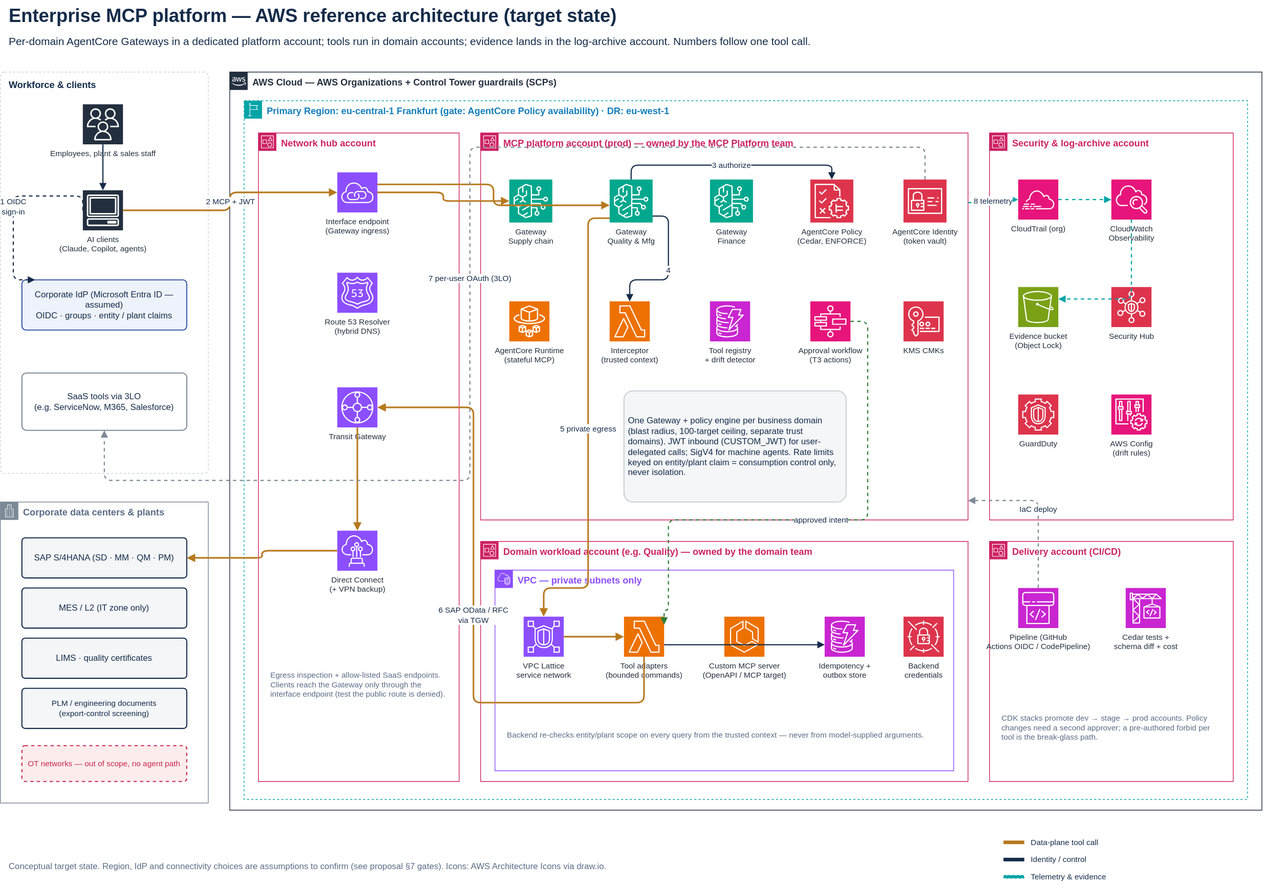
This is docs/diagrams/01-aws-reference-architecture.svg from KBoudich/agentcore-mcp-governance, a draw.io export, as it was before one commit. Source tidied: cells renumbered, new cells last; positions are measured from the earlier drawing's top-left corner, leaving out a move shared by most shapes.
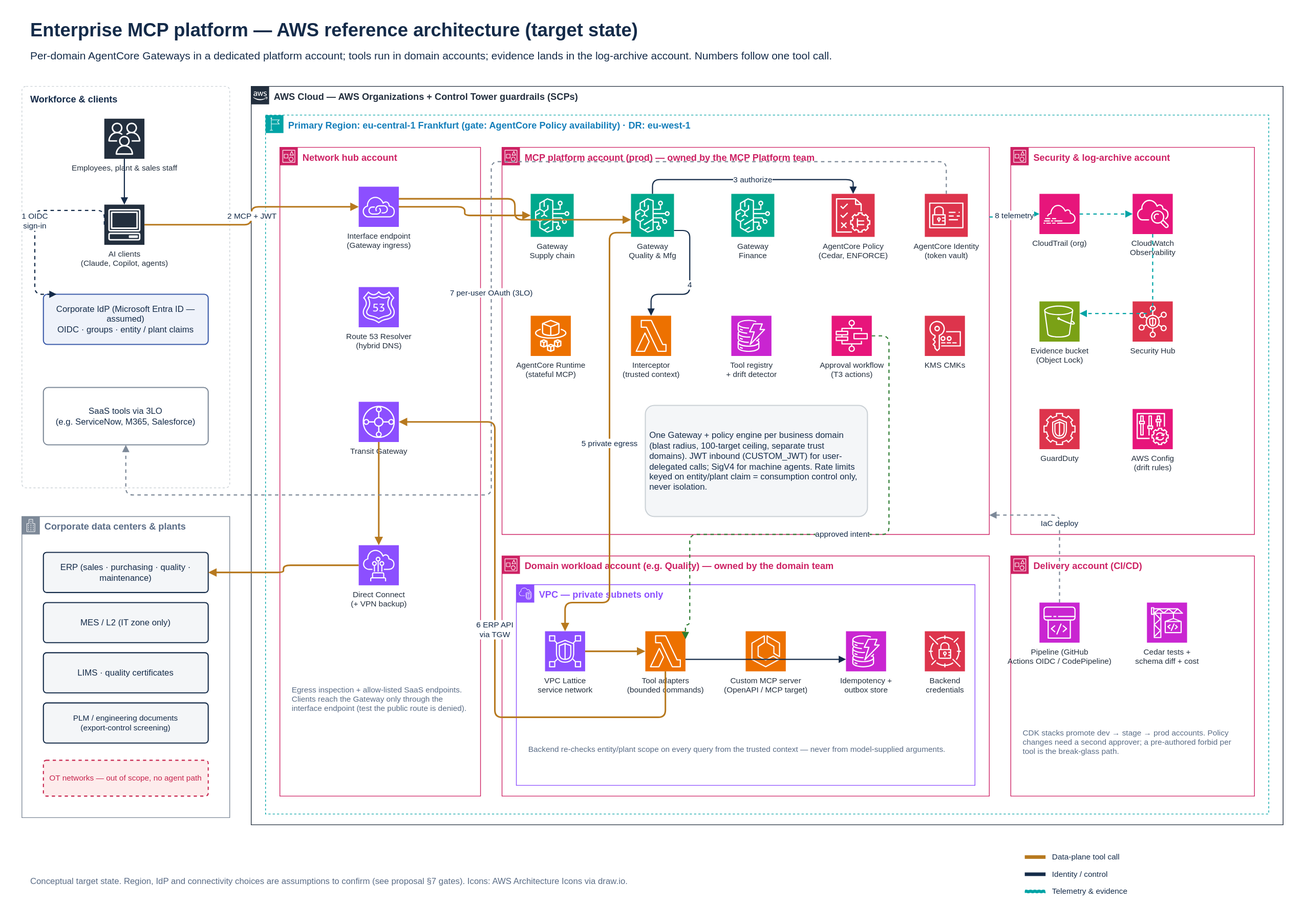
Later version of the same file.

Change to the diagram source:
```diff
@@ -2,6 +2,9 @@
   <root>
     <mxCell id="0" />
     <mxCell id="1" parent="0" />
+    <mxCell id="81" style="rounded=0;html=1;fillColor=#FFFFFF;strokeColor=none;" parent="1" vertex="1">
+      <mxGeometry x="-30" y="-20" width="1820" height="1260" as="geometry" />
+    </mxCell>
     <mxCell id="2" value="Enterprise MCP platform — AWS reference architecture (target state)" style="text;html=1;whiteSpace=wrap;strokeColor=none;fillColor=none;align=left;verticalAlign=middle;fontFamily=Helvetica;fontSize=26;fontColor=#142B49;fontStyle=1;" parent="1" vertex="1">
       <mxGeometry x="10" width="1740" height="44" as="geometry" />
     </mxCell>
@@ -29,7 +32,7 @@
     <mxCell id="10" value="Corporate data centers &amp; plants" style="gradientColor=none;html=1;whiteSpace=wrap;fontSize=13;fontStyle=1;shape=mxgraph.aws4.group;fillColor=none;verticalAlign=top;align=left;spacingLeft=30;fontFamily=Helvetica;grIcon=mxgraph.aws4.group_corporate_data_center;strokeColor=#7D8998;fontColor=#5A6C86;dashed=0;" parent="1" vertex="1">
       <mxGeometry y="700" width="290" height="420" as="geometry" />
     </mxCell>
-    <mxCell id="11" value="SAP S/4HANA (SD · MM · QM · PM)" style="rounded=1;arcSize=8;whiteSpace=wrap;html=1;fillColor=#F4F6F8;strokeColor=#142B49;strokeWidth=1.5;fontFamily=Helvetica;fontSize=12;fontColor=#142B49;fontStyle=0;dashed=0;align=center;spacing=6;" parent="1" vertex="1">
+    <mxCell id="11" value="ERP (sales · purchasing · quality · maintenance)" style="rounded=1;arcSize=8;whiteSpace=wrap;html=1;fillColor=#F4F6F8;strokeColor=#142B49;strokeWidth=1.5;fontFamily=Helvetica;fontSize=12;fontColor=#142B49;fontStyle=0;dashed=0;align=center;spacing=6;" parent="1" vertex="1">
       <mxGeometry x="30" y="750" width="230" height="56" as="geometry" />
     </mxCell>
     <mxCell id="12" value="MES / L2 (IT zone only)" style="rounded=1;arcSize=8;whiteSpace=wrap;html=1;fillColor=#F4F6F8;strokeColor=#142B49;strokeWidth=1.5;fontFamily=Helvetica;fontSize=12;fontColor=#142B49;fontStyle=0;dashed=0;align=center;spacing=6;" parent="1" vertex="1">
@@ -212,7 +215,7 @@
     <mxCell id="64" style="edgeStyle=orthogonalEdgeStyle;rounded=1;html=1;endArrow=block;endFill=1;startArrow=none;startFill=1;strokeColor=#142B49;strokeWidth=1.6;dashed=0;fontFamily=Helvetica;fontSize=11;fontColor=#142B49;labelBackgroundColor=#FFFFFF;exitX=1;exitY=0.7;exitDx=0;exitDy=0;entryX=0;entryY=0.7;entryDx=0;entryDy=0;" parent="1" edge="1" source="39" target="41">
       <mxGeometry relative="1" as="geometry" />
     </mxCell>
-    <mxCell id="65" value="6 SAP OData / RFC&#10;via TGW" style="edgeStyle=orthogonalEdgeStyle;rounded=1;html=1;endArrow=block;endFill=1;startArrow=none;startFill=1;strokeColor=#B7791F;strokeWidth=2.2;dashed=0;fontFamily=Helvetica;fontSize=11;fontColor=#142B49;labelBackgroundColor=#FFFFFF;exitX=0.5;exitY=1;exitDx=0;exitDy=0;entryX=1;entryY=0.5;entryDx=0;entryDy=0;" parent="1" edge="1" source="39" target="21">
+    <mxCell id="65" value="6 ERP API&#10;via TGW" style="edgeStyle=orthogonalEdgeStyle;rounded=1;html=1;endArrow=block;endFill=1;startArrow=none;startFill=1;strokeColor=#B7791F;strokeWidth=2.2;dashed=0;fontFamily=Helvetica;fontSize=11;fontColor=#142B49;labelBackgroundColor=#FFFFFF;exitX=0.5;exitY=1;exitDx=0;exitDy=0;entryX=1;entryY=0.5;entryDx=0;entryDy=0;" parent="1" edge="1" source="39" target="21">
       <mxGeometry relative="1" as="geometry">
         <Array as="points">
           <mxPoint x="898" y="980" />
```
